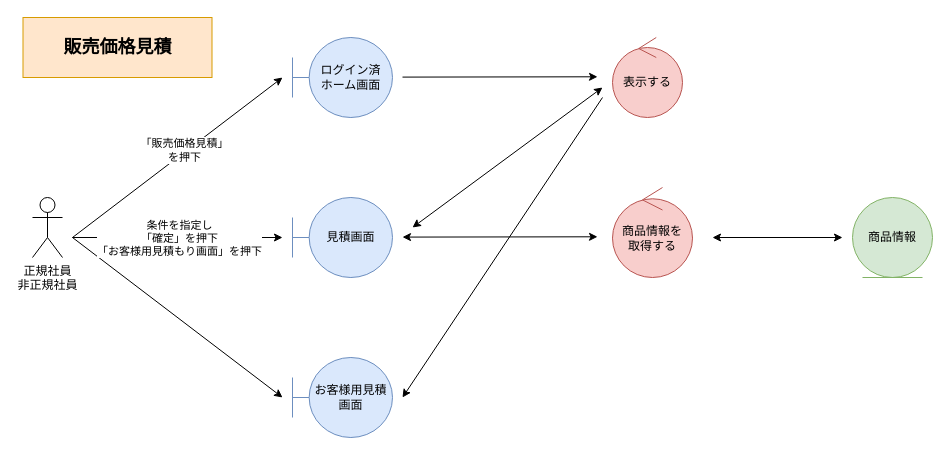
The draw.io diagram 各種設計書/3ロバストネス図/商品情報管理/F10見積.drawio in HaruShim/Sotuken, before the edit. Source tidied: cells renumbered, new cells numbered last; positions are measured from the earlier drawing's top-left corner, leaving out a move shared by most shapes. Both pictures are drawn from the tidied source at 100%, with x=0, y=0 at pixel (22, 17).
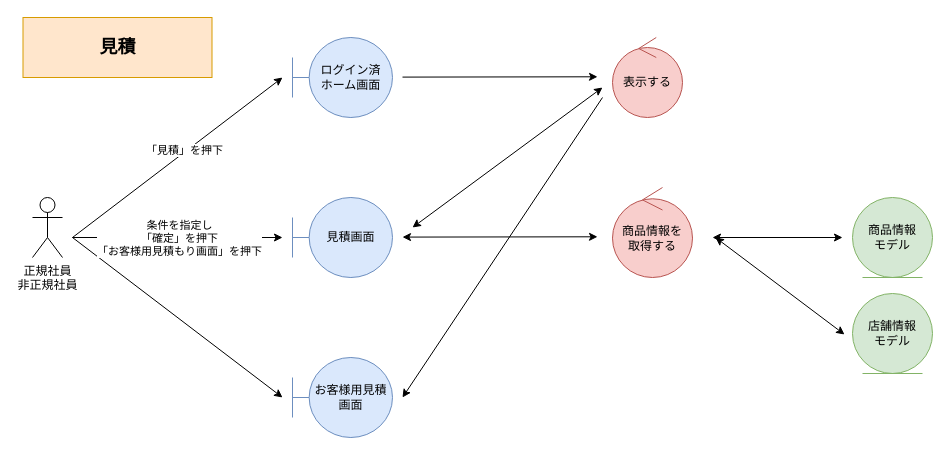
After the change.

The change refers to these unchanged cells:
```xml
<mxCell id="7" style="endArrow=classic;html=1;rounded=0;" parent="1" edge="1">
  <mxGeometry relative="1" as="geometry">
    <mxPoint x="50" y="220" as="sourcePoint" />
    <mxPoint x="260" y="60" as="targetPoint" />
  </mxGeometry>
</mxCell>
```

Diff of the diagram source:
```diff
@@
-    <mxCell id="8" value="「販売価格見積」&lt;br&gt;を押下" style="edgeLabel;html=1;align=center;verticalAlign=middle;" parent="7" vertex="1">
+    <mxCell id="8" value="「見積」を押下" style="edgeLabel;html=1;align=center;verticalAlign=middle;" parent="7" vertex="1">
       <mxGeometry x="0.18" relative="1" as="geometry">
         <mxPoint x="-13" y="7" as="offset" />
       </mxGeometry>
     </mxCell>
@@
-    <mxCell id="16" value="商品情報" style="ellipse;shape=umlEntity;whiteSpace=wrap;html=1;fillColor=#d5e8d4;strokeColor=#82b366;" parent="1" vertex="1">
+    <mxCell id="16" value="商品情報&lt;br&gt;モデル" style="ellipse;shape=umlEntity;whiteSpace=wrap;html=1;fillColor=#d5e8d4;strokeColor=#82b366;" parent="1" vertex="1">
       <mxGeometry x="830" y="180" width="80" height="80" as="geometry" />
     </mxCell>
@@
-    <mxCell id="19" value="販売価格見積" style="rounded=0;whiteSpace=wrap;html=1;fillColor=#ffe6cc;strokeColor=#d79b00;fontStyle=1;fontSize=18;" parent="1" vertex="1">
+    <mxCell id="19" value="見積" style="rounded=0;whiteSpace=wrap;html=1;fillColor=#ffe6cc;strokeColor=#d79b00;fontStyle=1;fontSize=18;" parent="1" vertex="1">
       <mxGeometry x="0.5" width="189" height="60" as="geometry" />
     </mxCell>
+    <mxCell id="20" value="店舗情報&lt;br&gt;モデル" style="ellipse;shape=umlEntity;whiteSpace=wrap;html=1;fillColor=#d5e8d4;strokeColor=#82b366;" parent="1" vertex="1">
+      <mxGeometry x="830" y="276" width="80" height="80" as="geometry" />
+    </mxCell>
+    <mxCell id="21" style="endArrow=classic;html=1;rounded=0;startArrow=classic;startFill=1;" parent="1" edge="1">
+      <mxGeometry relative="1" as="geometry">
+        <mxPoint x="693" y="220" as="sourcePoint" />
+        <mxPoint x="822" y="317" as="targetPoint" />
+      </mxGeometry>
+    </mxCell>
```
